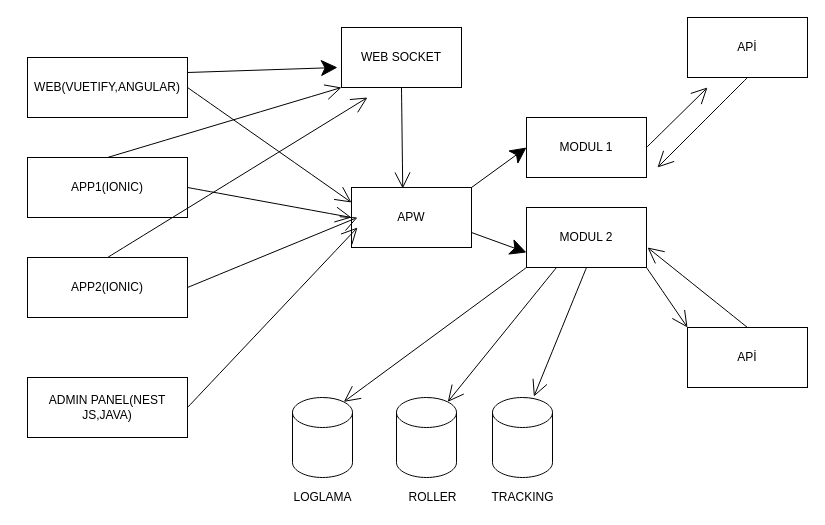
Earlier version of the draw.io diagram Untitled Diagram.drawio (atomalak/ataha). Source tidied: cells renumbered, new cells numbered last; positions are measured from the earlier drawing's top-left corner, leaving out a move shared by most shapes. Both pictures are drawn from the tidied source at 100%, with x=0, y=0 at pixel (27, 17).
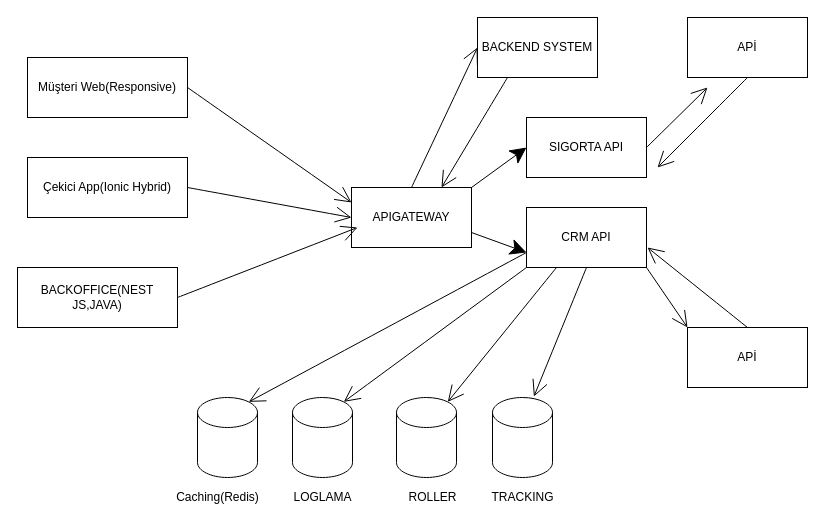
Above is the later version.

Diff of the diagram source:
```diff
@@
-    <mxCell id="3" value="MODUL 1" style="rounded=0;whiteSpace=wrap;html=1;hachureGap=4;" parent="1" vertex="1">
+    <mxCell id="3" value="SIGORTA API" style="rounded=0;whiteSpace=wrap;html=1;hachureGap=4;" parent="1" vertex="1">
       <mxGeometry x="499" y="100" width="120" height="60" as="geometry" />
     </mxCell>
+    <mxCell id="35" style="edgeStyle=none;curved=1;rounded=0;jettySize=auto;html=1;exitX=0.5;exitY=0;exitDx=0;exitDy=0;entryX=0;entryY=0.5;entryDx=0;entryDy=0;endArrow=open;startSize=14;endSize=14;sourcePerimeterSpacing=8;targetPerimeterSpacing=8;" parent="1" edge="1" source="4" target="38">
+      <mxGeometry relative="1" as="geometry" />
+    </mxCell>
-    <mxCell id="4" value="APW" style="rounded=0;whiteSpace=wrap;html=1;hachureGap=4;" parent="1" vertex="1">
+    <mxCell id="4" value="APIGATEWAY" style="rounded=0;whiteSpace=wrap;html=1;hachureGap=4;" parent="1" vertex="1">
       <mxGeometry x="324" y="170" width="120" height="60" as="geometry" />
     </mxCell>
@@
-    <mxCell id="6" value="WEB(VUETIFY,ANGULAR)" style="rounded=0;whiteSpace=wrap;html=1;hachureGap=4;" parent="1" vertex="1">
+    <mxCell id="6" value="Müşteri Web(Responsive)" style="rounded=0;whiteSpace=wrap;html=1;hachureGap=4;" parent="1" vertex="1">
       <mxGeometry y="40" width="160" height="60" as="geometry" />
     </mxCell>
@@
+    <mxCell id="36" style="edgeStyle=none;curved=1;rounded=0;jettySize=auto;html=1;exitX=0;exitY=0.75;exitDx=0;exitDy=0;entryX=0.855;entryY=0;entryDx=0;entryDy=4.35;entryPerimeter=0;endArrow=open;startSize=14;endSize=14;sourcePerimeterSpacing=8;targetPerimeterSpacing=8;" parent="1" edge="1" source="11" target="39">
+      <mxGeometry relative="1" as="geometry" />
+    </mxCell>
-    <mxCell id="11" value="MODUL 2" style="rounded=0;whiteSpace=wrap;html=1;hachureGap=4;" parent="1" vertex="1">
+    <mxCell id="11" value="CRM API" style="rounded=0;whiteSpace=wrap;html=1;hachureGap=4;" parent="1" vertex="1">
       <mxGeometry x="499" y="190" width="120" height="60" as="geometry" />
     </mxCell>
@@
-    <mxCell id="15" style="edgeStyle=none;curved=1;rounded=0;jettySize=auto;html=1;exitX=0.5;exitY=0;exitDx=0;exitDy=0;entryX=0;entryY=1;entryDx=0;entryDy=0;endArrow=open;startSize=14;endSize=14;sourcePerimeterSpacing=8;targetPerimeterSpacing=8;" parent="1" edge="1" source="16" target="29">
-      <mxGeometry relative="1" as="geometry" />
-    </mxCell>
-    <mxCell id="16" value="APP1(IONIC)" style="rounded=0;whiteSpace=wrap;html=1;hachureGap=4;" parent="1" vertex="1">
+    <mxCell id="16" value="Çekici App(Ionic Hybrid)" style="rounded=0;whiteSpace=wrap;html=1;hachureGap=4;" parent="1" vertex="1">
       <mxGeometry y="140" width="160" height="60" as="geometry" />
     </mxCell>
-    <mxCell id="17" style="edgeStyle=none;curved=1;rounded=0;jettySize=auto;html=1;exitX=1;exitY=0.5;exitDx=0;exitDy=0;endArrow=open;startSize=14;endSize=14;sourcePerimeterSpacing=8;targetPerimeterSpacing=8;" parent="1" edge="1" source="19">
-      <mxGeometry relative="1" as="geometry">
-        <mxPoint x="330" y="200" as="targetPoint" />
-      </mxGeometry>
-    </mxCell>
-    <mxCell id="18" style="edgeStyle=none;curved=1;rounded=0;jettySize=auto;html=1;exitX=0.5;exitY=0;exitDx=0;exitDy=0;endArrow=open;startSize=14;endSize=14;sourcePerimeterSpacing=8;targetPerimeterSpacing=8;" parent="1" edge="1" source="19">
-      <mxGeometry relative="1" as="geometry">
-        <mxPoint x="340" y="80" as="targetPoint" />
-      </mxGeometry>
-    </mxCell>
-    <mxCell id="19" value="APP2(IONIC)" style="rounded=0;whiteSpace=wrap;html=1;hachureGap=4;" parent="1" vertex="1">
-      <mxGeometry y="240" width="160" height="60" as="geometry" />
-    </mxCell>
@@
-    <mxCell id="21" value="ADMIN PANEL(NEST JS,JAVA)" style="rounded=0;whiteSpace=wrap;html=1;hachureGap=4;" parent="1" vertex="1">
-      <mxGeometry y="360" width="160" height="60" as="geometry" />
+    <mxCell id="21" value="BACKOFFICE(NEST JS,JAVA)" style="rounded=0;whiteSpace=wrap;html=1;hachureGap=4;" parent="1" vertex="1">
+      <mxGeometry x="-10" y="250" width="160" height="60" as="geometry" />
     </mxCell>
@@
-    <mxCell id="28" style="edgeStyle=none;curved=1;rounded=0;jettySize=auto;html=1;exitX=0.5;exitY=1;exitDx=0;exitDy=0;entryX=0.427;entryY=0.017;entryDx=0;entryDy=0;entryPerimeter=0;endArrow=open;startSize=14;endSize=14;sourcePerimeterSpacing=8;targetPerimeterSpacing=8;" parent="1" edge="1" source="29" target="4">
-      <mxGeometry relative="1" as="geometry" />
-    </mxCell>
-    <mxCell id="29" value="WEB SOCKET" style="rounded=0;whiteSpace=wrap;html=1;hachureGap=4;" parent="1" vertex="1">
-      <mxGeometry x="314" y="10" width="120" height="60" as="geometry" />
-    </mxCell>
@@
-    <mxCell id="34" style="endArrow=classic;html=1;startSize=14;endSize=14;sourcePerimeterSpacing=8;targetPerimeterSpacing=8;" parent="1" edge="1">
-      <mxGeometry relative="1" as="geometry">
-        <mxPoint x="160" y="55" as="sourcePoint" />
-        <mxPoint x="310" y="50" as="targetPoint" />
-      </mxGeometry>
-    </mxCell>
+    <mxCell id="37" style="edgeStyle=none;curved=1;rounded=0;jettySize=auto;html=1;exitX=0.25;exitY=1;exitDx=0;exitDy=0;entryX=0.75;entryY=0;entryDx=0;entryDy=0;endArrow=open;startSize=14;endSize=14;sourcePerimeterSpacing=8;targetPerimeterSpacing=8;" parent="1" edge="1" source="38" target="4">
+      <mxGeometry relative="1" as="geometry" />
+    </mxCell>
+    <mxCell id="38" value="BACKEND SYSTEM&lt;br&gt;" style="rounded=0;whiteSpace=wrap;html=1;hachureGap=4;" parent="1" vertex="1">
+      <mxGeometry x="450" width="120" height="60" as="geometry" />
+    </mxCell>
+    <mxCell id="39" style="shape=cylinder3;whiteSpace=wrap;html=1;boundedLbl=1;backgroundOutline=1;size=15;hachureGap=4;" parent="1" vertex="1">
+      <mxGeometry x="170" y="380" width="60" height="80" as="geometry" />
+    </mxCell>
+    <mxCell id="40" value="Caching(Redis)" style="text;html=1;align=center;verticalAlign=middle;strokeColor=none;fillColor=none;" parent="1" vertex="1">
+      <mxGeometry x="140" y="470" width="100" height="20" as="geometry" />
+    </mxCell>
```
